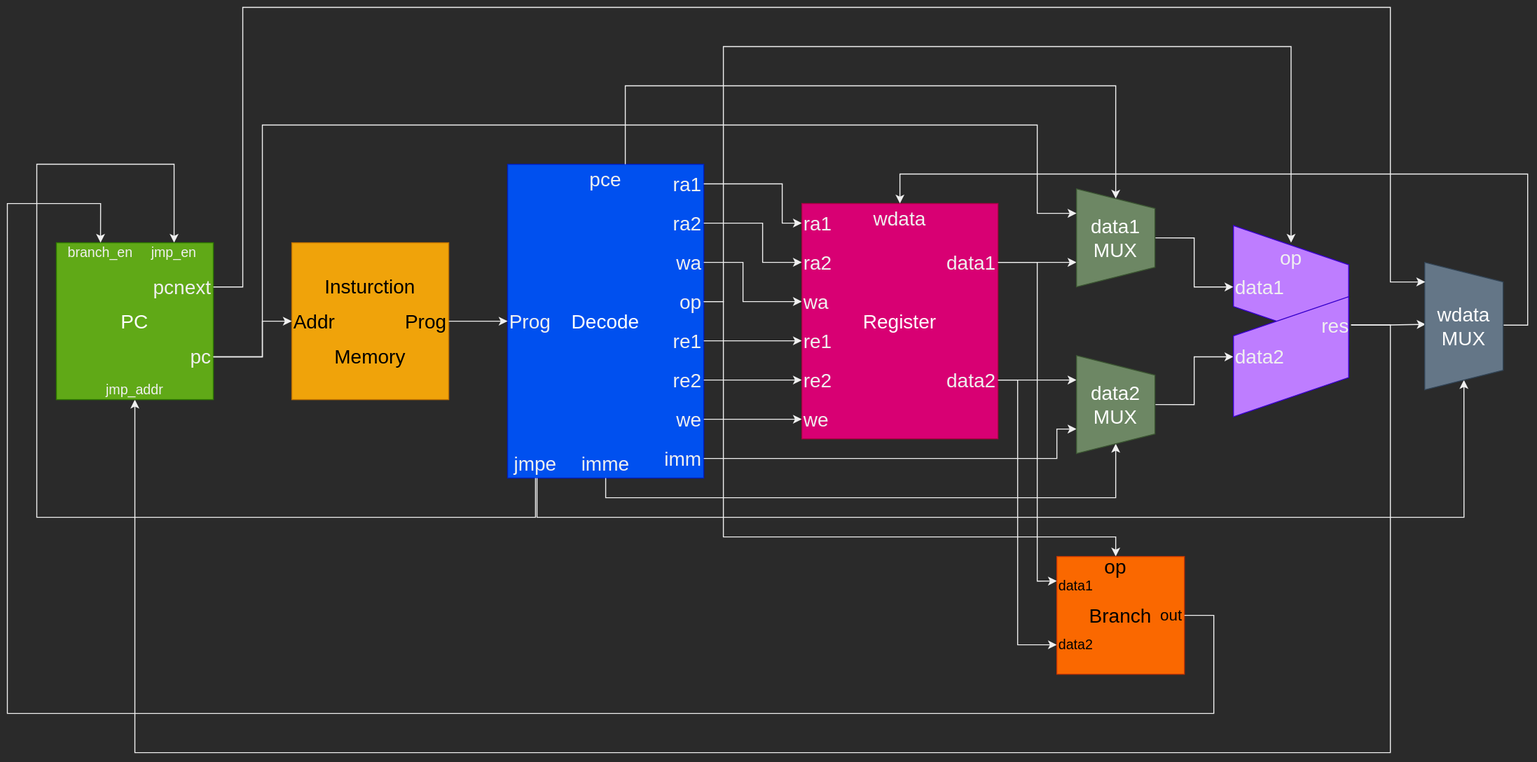
Earlier version of the draw.io export img/cpu.svg (accomdemy/accomdemy_rv32i). Source tidied: cells renumbered, new cells last; positions are measured from the earlier drawing's top-left corner, leaving out a move shared by most shapes.
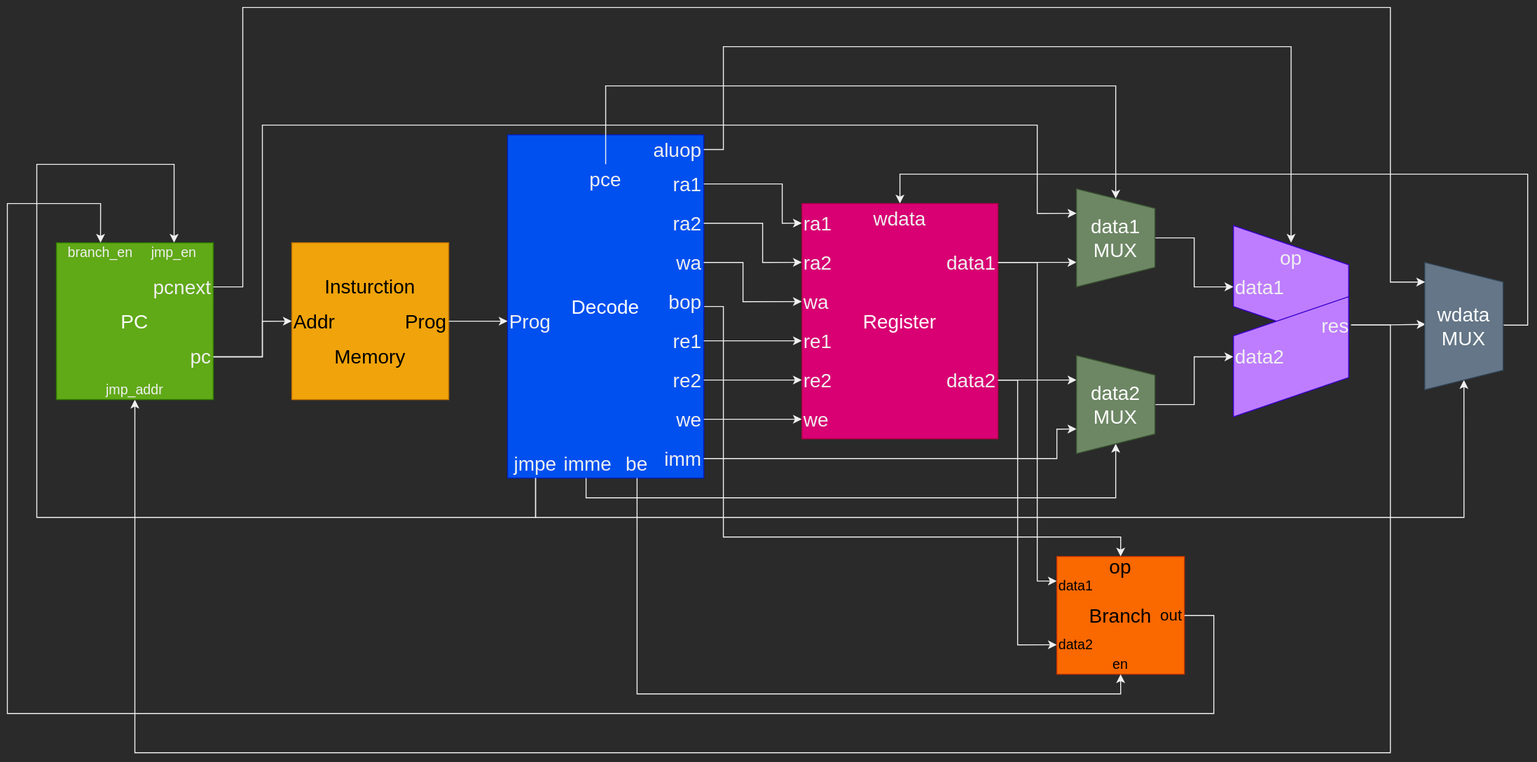
After the commit.

Commit message:
修改架構圖

What changed in the source:
```diff
@@ -5,13 +5,22 @@
     <mxCell id="2" style="shape=parallelogram;perimeter=parallelogramPerimeter;whiteSpace=wrap;html=1;fixedSize=1;fontSize=20;rotation=90;size=40.01999999999998;flipV=1;flipH=1;fillColor=#BE7DFF;fontColor=#ffffff;strokeColor=#3700CC;" parent="1" vertex="1">
       <mxGeometry x="1247.5" y="225" width="122.5" height="117.5" as="geometry" />
     </mxCell>
+    <mxCell id="75" style="edgeStyle=orthogonalEdgeStyle;rounded=0;jettySize=auto;html=1;entryX=0.5;entryY=0;entryDx=0;entryDy=0;fontSize=14;" parent="1" edge="1" source="3" target="68">
+      <mxGeometry relative="1" as="geometry">
+        <Array as="points">
+          <mxPoint x="730" y="305" />
+          <mxPoint x="730" y="540" />
+          <mxPoint x="1135" y="540" />
+        </Array>
+      </mxGeometry>
+    </mxCell>
     <mxCell id="3" value="Decode" style="rounded=0;whiteSpace=wrap;html=1;fontSize=20;fillColor=#0050ef;fontColor=#ffffff;strokeColor=#001DBC;" parent="1" vertex="1">
-      <mxGeometry x="510" y="160" width="200" height="320" as="geometry" />
+      <mxGeometry x="510" y="130" width="200" height="350" as="geometry" />
     </mxCell>
     <mxCell id="4" style="edgeStyle=orthogonalEdgeStyle;rounded=0;jettySize=auto;html=1;entryX=0.5;entryY=0;entryDx=0;entryDy=0;fontSize=14;" parent="1" edge="1" source="6" target="62">
       <mxGeometry relative="1" as="geometry">
         <Array as="points">
-          <mxPoint x="539" y="520" />
+          <mxPoint x="538" y="520" />
           <mxPoint x="30" y="520" />
           <mxPoint x="30" y="160" />
           <mxPoint x="170" y="160" />
@@ -21,7 +30,7 @@
     <mxCell id="5" style="edgeStyle=orthogonalEdgeStyle;rounded=0;jettySize=auto;html=1;entryX=1;entryY=0.5;entryDx=0;entryDy=0;fontSize=16;fontColor=#000000;" parent="1" edge="1" source="6" target="72">
       <mxGeometry relative="1" as="geometry">
         <Array as="points">
-          <mxPoint x="540" y="520" />
+          <mxPoint x="538" y="520" />
           <mxPoint x="1485" y="520" />
         </Array>
       </mxGeometry>
@@ -32,7 +41,7 @@
     <mxCell id="7" style="edgeStyle=orthogonalEdgeStyle;rounded=0;jettySize=auto;html=1;entryX=0;entryY=0.5;entryDx=0;entryDy=0;fontSize=14;fontColor=#000000;" parent="1" edge="1" source="8" target="43">
       <mxGeometry relative="1" as="geometry">
         <Array as="points">
-          <mxPoint x="630" y="80" />
+          <mxPoint x="610" y="80" />
           <mxPoint x="1130" y="80" />
         </Array>
       </mxGeometry>
@@ -76,23 +85,14 @@
     <mxCell id="15" style="edgeStyle=orthogonalEdgeStyle;rounded=0;jettySize=auto;html=1;entryX=0.5;entryY=0;entryDx=0;entryDy=0;fontSize=14;fontColor=#000000;exitX=1;exitY=0.5;exitDx=0;exitDy=0;" parent="1" edge="1" source="17" target="49">
       <mxGeometry relative="1" as="geometry">
         <Array as="points">
-          <mxPoint x="730" y="300" />
+          <mxPoint x="730" y="145" />
           <mxPoint x="730" y="40" />
           <mxPoint x="1309" y="40" />
         </Array>
       </mxGeometry>
     </mxCell>
-    <mxCell id="16" style="edgeStyle=orthogonalEdgeStyle;rounded=0;jettySize=auto;html=1;entryX=0.5;entryY=0;entryDx=0;entryDy=0;fontSize=14;fontColor=#000000;" parent="1" edge="1" source="17" target="68">
-      <mxGeometry relative="1" as="geometry">
-        <Array as="points">
-          <mxPoint x="730" y="300" />
-          <mxPoint x="730" y="540" />
-          <mxPoint x="1130" y="540" />
-        </Array>
-      </mxGeometry>
-    </mxCell>
-    <mxCell id="17" value="op" style="text;html=1;strokeColor=none;fillColor=none;align=right;verticalAlign=middle;whiteSpace=wrap;rounded=0;fontSize=20;" parent="1" vertex="1">
-      <mxGeometry x="650" y="285" width="60" height="30" as="geometry" />
+    <mxCell id="17" value="aluop" style="text;html=1;strokeColor=none;fillColor=none;align=right;verticalAlign=middle;whiteSpace=wrap;rounded=0;fontSize=20;" parent="1" vertex="1">
+      <mxGeometry x="650" y="130" width="60" height="30" as="geometry" />
     </mxCell>
     <mxCell id="18" style="edgeStyle=orthogonalEdgeStyle;rounded=0;jettySize=auto;html=1;fontSize=14;fontColor=#000000;" parent="1" edge="1" source="19" target="32">
       <mxGeometry relative="1" as="geometry" />
@@ -126,13 +126,13 @@
     <mxCell id="26" style="edgeStyle=orthogonalEdgeStyle;rounded=0;jettySize=auto;html=1;entryX=1;entryY=0.5;entryDx=0;entryDy=0;fontSize=14;fontColor=#000000;" parent="1" edge="1" source="27" target="45">
       <mxGeometry relative="1" as="geometry">
         <Array as="points">
-          <mxPoint x="610" y="500" />
+          <mxPoint x="590" y="500" />
           <mxPoint x="1130" y="500" />
         </Array>
       </mxGeometry>
     </mxCell>
     <mxCell id="27" value="imme" style="text;html=1;strokeColor=none;fillColor=none;align=center;verticalAlign=middle;whiteSpace=wrap;rounded=0;fontSize=20;" parent="1" vertex="1">
-      <mxGeometry x="580" y="450" width="60" height="30" as="geometry" />
+      <mxGeometry x="567" y="450" width="50" height="30" as="geometry" />
     </mxCell>
     <mxCell id="28" value="Register" style="rounded=0;whiteSpace=wrap;html=1;fontSize=20;fillColor=#d80073;fontColor=#ffffff;strokeColor=#A50040;" parent="1" vertex="1">
       <mxGeometry x="810" y="200" width="200" height="240" as="geometry" />
@@ -288,7 +288,7 @@
       <mxGeometry x="1070" y="640" width="60" height="20" as="geometry" />
     </mxCell>
     <mxCell id="68" value="op" style="text;html=1;strokeColor=none;fillColor=none;align=center;verticalAlign=middle;whiteSpace=wrap;rounded=0;fontSize=20;fontColor=#000000;" parent="1" vertex="1">
-      <mxGeometry x="1100" y="560" width="60" height="20" as="geometry" />
+      <mxGeometry x="1105" y="560" width="60" height="20" as="geometry" />
     </mxCell>
     <mxCell id="69" style="edgeStyle=orthogonalEdgeStyle;rounded=0;jettySize=auto;html=1;entryX=0.5;entryY=0;entryDx=0;entryDy=0;fontSize=14;fontColor=#000000;" parent="1" edge="1" source="70" target="64">
       <mxGeometry relative="1" as="geometry">
@@ -331,5 +331,22 @@
     <mxCell id="74" value="pcnext" style="text;html=1;strokeColor=none;fillColor=none;align=right;verticalAlign=middle;whiteSpace=wrap;rounded=0;fontSize=20;" parent="1" vertex="1">
       <mxGeometry x="150" y="270" width="60" height="30" as="geometry" />
     </mxCell>
+    <mxCell id="76" value="bop" style="text;html=1;strokeColor=none;fillColor=none;align=right;verticalAlign=middle;whiteSpace=wrap;rounded=0;fontSize=20;" parent="1" vertex="1">
+      <mxGeometry x="650" y="285" width="60" height="30" as="geometry" />
+    </mxCell>
+    <mxCell id="77" value="en" style="text;html=1;strokeColor=none;fillColor=none;align=center;verticalAlign=middle;whiteSpace=wrap;rounded=0;fontSize=14;fontColor=#000000;" parent="1" vertex="1">
+      <mxGeometry x="1120" y="660" width="30" height="20" as="geometry" />
+    </mxCell>
+    <mxCell id="78" style="edgeStyle=orthogonalEdgeStyle;rounded=0;jettySize=auto;html=1;entryX=0.5;entryY=1;entryDx=0;entryDy=0;fontSize=20;" parent="1" edge="1" source="79" target="77">
+      <mxGeometry relative="1" as="geometry">
+        <Array as="points">
+          <mxPoint x="642" y="700" />
+          <mxPoint x="1135" y="700" />
+        </Array>
+      </mxGeometry>
+    </mxCell>
+    <mxCell id="79" value="be" style="text;html=1;strokeColor=none;fillColor=none;align=center;verticalAlign=middle;whiteSpace=wrap;rounded=0;fontSize=20;" parent="1" vertex="1">
+      <mxGeometry x="617" y="450" width="50" height="30" as="geometry" />
+    </mxCell>
   </root>
 </mxGraphModel>
```
